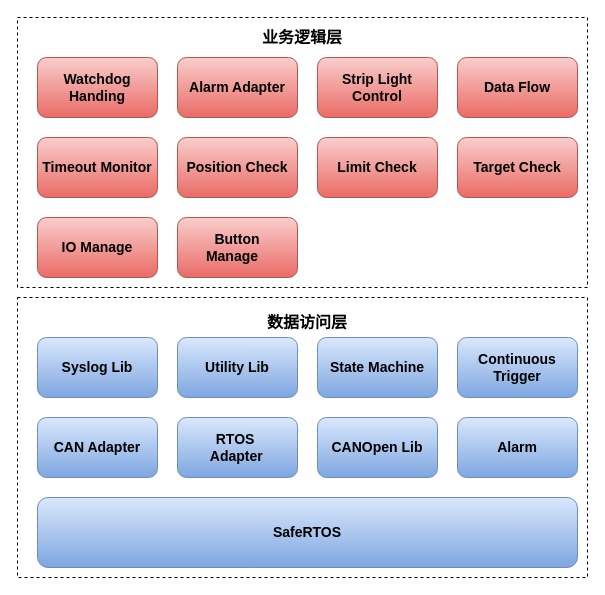
zhuofengdd/draw.io keeps this draw.io diagram as page "第 1 页" (1 of 2) of 未命名绘图.drawio. Above is the earlier version. Source tidied: cells renumbered, new cells numbered last; positions are measured from the earlier drawing's top-left corner, leaving out a move shared by most shapes. Both pictures are drawn from the tidied source at 100%, with x=0, y=0 at pixel (17, 17).
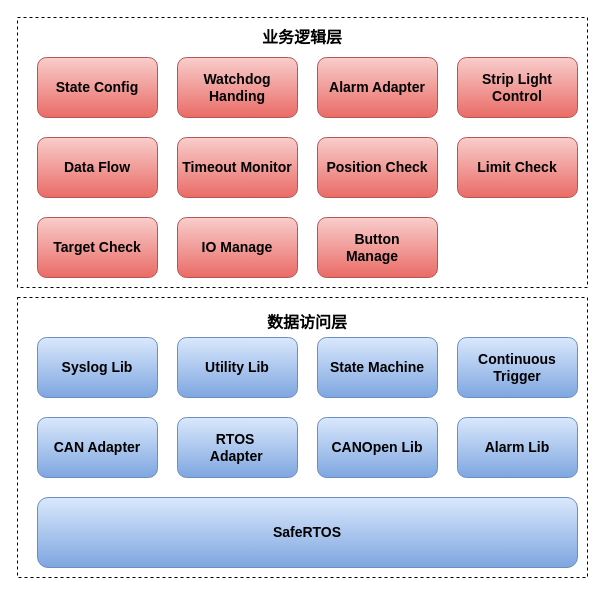
After the change.

The edit, as a diff of the source:
```diff
@@
-    <mxCell id="7" value="Alarm" style="rounded=1;whiteSpace=wrap;html=1;fontStyle=1;fontSize=14;align=center;fillColor=#dae8fc;strokeColor=#6c8ebf;gradientColor=#7ea6e0;" parent="1" vertex="1">
+    <mxCell id="7" value="Alarm Lib" style="rounded=1;whiteSpace=wrap;html=1;fontStyle=1;fontSize=14;align=center;fillColor=#dae8fc;strokeColor=#6c8ebf;gradientColor=#7ea6e0;" parent="1" vertex="1">
       <mxGeometry x="440" y="400" width="120" height="60" as="geometry" />
     </mxCell>
@@
     <mxCell id="16" value="Watchdog Handing" style="rounded=1;whiteSpace=wrap;html=1;fillColor=#f8cecc;gradientColor=#ea6b66;strokeColor=#b85450;fontStyle=1;fontSize=14;" parent="1" vertex="1">
-      <mxGeometry x="20" y="40" width="120" height="60" as="geometry" />
+      <mxGeometry x="160" y="40" width="120" height="60" as="geometry" />
     </mxCell>
     <mxCell id="17" value="Alarm Adapter" style="rounded=1;whiteSpace=wrap;html=1;fillColor=#f8cecc;gradientColor=#ea6b66;strokeColor=#b85450;fontStyle=1;fontSize=14;" parent="1" vertex="1">
-      <mxGeometry x="160" y="40" width="120" height="60" as="geometry" />
+      <mxGeometry x="300" y="40" width="120" height="60" as="geometry" />
     </mxCell>
     <mxCell id="18" value="Position Check" style="rounded=1;whiteSpace=wrap;html=1;fillColor=#f8cecc;gradientColor=#ea6b66;strokeColor=#b85450;fontStyle=1;fontSize=14;" parent="1" vertex="1">
-      <mxGeometry x="160" y="120" width="120" height="60" as="geometry" />
+      <mxGeometry x="300" y="120" width="120" height="60" as="geometry" />
     </mxCell>
     <mxCell id="19" value="Limit Check" style="rounded=1;whiteSpace=wrap;html=1;fillColor=#f8cecc;gradientColor=#ea6b66;strokeColor=#b85450;fontStyle=1;fontSize=14;" parent="1" vertex="1">
-      <mxGeometry x="300" y="120" width="120" height="60" as="geometry" />
+      <mxGeometry x="440" y="120" width="120" height="60" as="geometry" />
     </mxCell>
     <mxCell id="20" value="Strip Light Control" style="rounded=1;whiteSpace=wrap;html=1;fillColor=#f8cecc;gradientColor=#ea6b66;strokeColor=#b85450;fontStyle=1;fontSize=14;" parent="1" vertex="1">
-      <mxGeometry x="300" y="40" width="120" height="60" as="geometry" />
+      <mxGeometry x="440" y="40" width="120" height="60" as="geometry" />
     </mxCell>
     <mxCell id="21" value="Data Flow" style="rounded=1;whiteSpace=wrap;html=1;fillColor=#f8cecc;gradientColor=#ea6b66;strokeColor=#b85450;fontStyle=1;fontSize=14;" parent="1" vertex="1">
-      <mxGeometry x="440" y="40" width="120" height="60" as="geometry" />
+      <mxGeometry x="20" y="120" width="120" height="60" as="geometry" />
     </mxCell>
     <mxCell id="22" value="Target Check" style="rounded=1;whiteSpace=wrap;html=1;fillColor=#f8cecc;gradientColor=#ea6b66;strokeColor=#b85450;fontStyle=1;fontSize=14;" parent="1" vertex="1">
-      <mxGeometry x="440" y="120" width="120" height="60" as="geometry" />
+      <mxGeometry x="20" y="200" width="120" height="60" as="geometry" />
     </mxCell>
     <mxCell id="23" value="Timeout Monitor" style="rounded=1;whiteSpace=wrap;html=1;fillColor=#f8cecc;gradientColor=#ea6b66;strokeColor=#b85450;fontStyle=1;fontSize=14;" parent="1" vertex="1">
-      <mxGeometry x="20" y="120" width="120" height="60" as="geometry" />
+      <mxGeometry x="160" y="120" width="120" height="60" as="geometry" />
     </mxCell>
     <mxCell id="24" value="IO Manage" style="rounded=1;whiteSpace=wrap;html=1;fillColor=#f8cecc;gradientColor=#ea6b66;strokeColor=#b85450;fontStyle=1;fontSize=14;" parent="1" vertex="1">
-      <mxGeometry x="20" y="200" width="120" height="60" as="geometry" />
+      <mxGeometry x="160" y="200" width="120" height="60" as="geometry" />
     </mxCell>
     <mxCell id="25" value="Button Manage&lt;span style=&quot;white-space: pre; font-size: 14px;&quot;&gt;&#9;&lt;/span&gt;" style="rounded=1;whiteSpace=wrap;html=1;fillColor=#f8cecc;gradientColor=#ea6b66;strokeColor=#b85450;fontStyle=1;fontSize=14;" parent="1" vertex="1">
-      <mxGeometry x="160" y="200" width="120" height="60" as="geometry" />
+      <mxGeometry x="300" y="200" width="120" height="60" as="geometry" />
     </mxCell>
+    <mxCell id="26" value="State Config" style="rounded=1;whiteSpace=wrap;html=1;fillColor=#f8cecc;gradientColor=#ea6b66;strokeColor=#b85450;fontStyle=1;fontSize=14;" parent="1" vertex="1">
+      <mxGeometry x="20" y="40" width="120" height="60" as="geometry" />
+    </mxCell>
```
